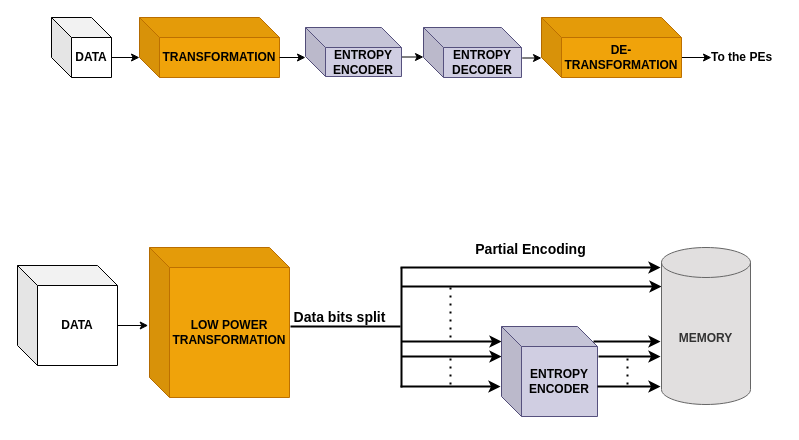
The draw.io diagram Proposed approach.drawio in Nithyarajoman/Drawio-figures, before the edit. Source tidied: cells renumbered, new cells numbered last; positions are measured from the earlier drawing's top-left corner, leaving out a move shared by most shapes. Both pictures are drawn from the tidied source at 100%, with x=0, y=0 at pixel (17, 17).
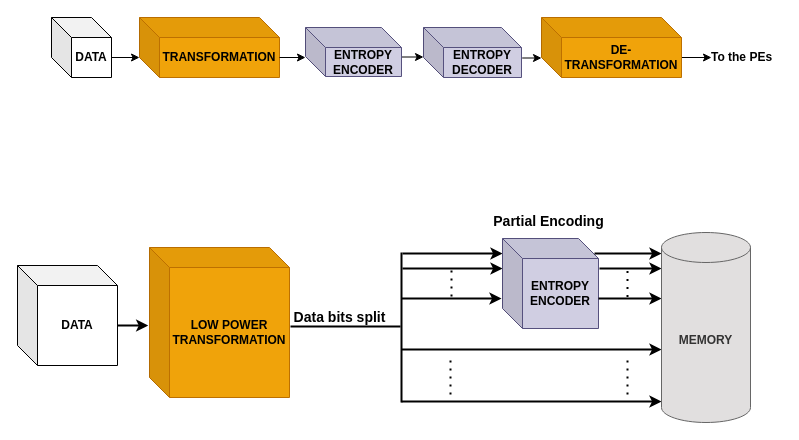
The same page after the edit.

The change refers to these unchanged cells:
```xml
<mxCell id="14" value="&lt;b&gt;&lt;font&gt;DATA&lt;/font&gt;&lt;/b&gt;" style="shape=cube;whiteSpace=wrap;html=1;boundedLbl=1;backgroundOutline=1;darkOpacity=0.05;darkOpacity2=0.1;" parent="1" vertex="1">
  <mxGeometry y="248" width="100" height="100" as="geometry" />
</mxCell>
<mxCell id="15" value="&lt;b&gt;&lt;font&gt;LOW POWER TRANSFORMATION&lt;/font&gt;&lt;/b&gt;" style="shape=cube;whiteSpace=wrap;html=1;boundedLbl=1;backgroundOutline=1;darkOpacity=0.05;darkOpacity2=0.1;fillColor=#f0a30a;strokeColor=#BD7000;fontColor=#000000;" parent="1" vertex="1">
  <mxGeometry x="132" y="230" width="140" height="150" as="geometry" />
</mxCell>
```

What changed in the source:
```diff
@@
     <mxCell id="17" style="endArrow=none;html=1;rounded=0;strokeWidth=2;" parent="1" edge="1">
       <mxGeometry relative="1" as="geometry">
-        <mxPoint x="384" y="370" as="sourcePoint" />
-        <mxPoint x="384" y="250" as="targetPoint" />
+        <mxPoint x="384" y="385" as="sourcePoint" />
+        <mxPoint x="384" y="235" as="targetPoint" />
       </mxGeometry>
     </mxCell>
@@
     <mxCell id="19" style="edgeStyle=orthogonalEdgeStyle;rounded=0;orthogonalLoop=1;jettySize=auto;html=1;exitX=0;exitY=0;exitDx=140;exitDy=40;exitPerimeter=0;strokeWidth=2;" parent="1" edge="1">
       <mxGeometry relative="1" as="geometry">
-        <mxPoint x="383" y="250" as="sourcePoint" />
-        <mxPoint x="643" y="250" as="targetPoint" />
+        <mxPoint x="384" y="332" as="sourcePoint" />
+        <mxPoint x="644" y="332" as="targetPoint" />
       </mxGeometry>
     </mxCell>
     <mxCell id="20" style="edgeStyle=orthogonalEdgeStyle;rounded=0;orthogonalLoop=1;jettySize=auto;html=1;exitX=0;exitY=0;exitDx=140;exitDy=40;exitPerimeter=0;strokeWidth=2;" parent="1" edge="1">
       <mxGeometry relative="1" as="geometry">
-        <mxPoint x="384" y="324" as="sourcePoint" />
-        <mxPoint x="484" y="324" as="targetPoint" />
+        <mxPoint x="385" y="236" as="sourcePoint" />
+        <mxPoint x="485" y="236" as="targetPoint" />
       </mxGeometry>
     </mxCell>
     <mxCell id="21" style="edgeStyle=orthogonalEdgeStyle;rounded=0;orthogonalLoop=1;jettySize=auto;html=1;exitX=0;exitY=0;exitDx=140;exitDy=40;exitPerimeter=0;strokeWidth=2;" parent="1" edge="1">
       <mxGeometry relative="1" as="geometry">
-        <mxPoint x="384" y="339" as="sourcePoint" />
-        <mxPoint x="484" y="339" as="targetPoint" />
+        <mxPoint x="385" y="251" as="sourcePoint" />
+        <mxPoint x="485" y="251" as="targetPoint" />
       </mxGeometry>
     </mxCell>
     <mxCell id="22" style="edgeStyle=orthogonalEdgeStyle;rounded=0;orthogonalLoop=1;jettySize=auto;html=1;exitX=0;exitY=0;exitDx=140;exitDy=40;exitPerimeter=0;strokeWidth=2;" parent="1" edge="1">
       <mxGeometry relative="1" as="geometry">
-        <mxPoint x="383" y="369" as="sourcePoint" />
-        <mxPoint x="483" y="369" as="targetPoint" />
+        <mxPoint x="384" y="281" as="sourcePoint" />
+        <mxPoint x="484" y="281" as="targetPoint" />
       </mxGeometry>
     </mxCell>
     <mxCell id="23" value="&lt;b&gt;&lt;font&gt;ENTROPY ENCODER&lt;/font&gt;&lt;/b&gt;" style="shape=cube;whiteSpace=wrap;html=1;boundedLbl=1;backgroundOutline=1;darkOpacity=0.05;darkOpacity2=0.1;fillColor=#d0cee2;strokeColor=#56517e;" parent="1" vertex="1">
-      <mxGeometry x="484" y="309" width="96" height="90" as="geometry" />
+      <mxGeometry x="485" y="221" width="96" height="90" as="geometry" />
     </mxCell>
     <mxCell id="24" style="endArrow=none;dashed=1;html=1;dashPattern=1 3;strokeWidth=2;rounded=0;" parent="1" edge="1">
       <mxGeometry relative="1" as="geometry">
-        <mxPoint x="433" y="320" as="sourcePoint" />
-        <mxPoint x="433" y="270" as="targetPoint" />
+        <mxPoint x="433" y="377" as="sourcePoint" />
+        <mxPoint x="433" y="339" as="targetPoint" />
       </mxGeometry>
     </mxCell>
     <mxCell id="25" style="endArrow=none;dashed=1;html=1;dashPattern=1 3;strokeWidth=2;rounded=0;" parent="1" edge="1">
       <mxGeometry relative="1" as="geometry">
-        <mxPoint x="433" y="367" as="sourcePoint" />
-        <mxPoint x="433" y="340" as="targetPoint" />
+        <mxPoint x="434" y="279" as="sourcePoint" />
+        <mxPoint x="434" y="252" as="targetPoint" />
       </mxGeometry>
     </mxCell>
     <mxCell id="26" style="edgeStyle=orthogonalEdgeStyle;rounded=0;orthogonalLoop=1;jettySize=auto;html=1;exitX=0;exitY=0;exitDx=140;exitDy=40;exitPerimeter=0;strokeWidth=2;" parent="1" edge="1">
       <mxGeometry relative="1" as="geometry">
-        <mxPoint x="384" y="269" as="sourcePoint" />
-        <mxPoint x="644" y="269" as="targetPoint" />
+        <mxPoint x="384" y="384" as="sourcePoint" />
+        <mxPoint x="644" y="384" as="targetPoint" />
       </mxGeometry>
     </mxCell>
     <mxCell id="27" style="edgeStyle=orthogonalEdgeStyle;rounded=0;orthogonalLoop=1;jettySize=auto;html=1;exitX=0.927;exitY=0.167;exitDx=0;exitDy=0;exitPerimeter=0;strokeWidth=2;" parent="1" edge="1">
       <mxGeometry relative="1" as="geometry">
-        <mxPoint x="576" y="324" as="sourcePoint" />
-        <mxPoint x="643" y="324" as="targetPoint" />
+        <mxPoint x="577" y="236" as="sourcePoint" />
+        <mxPoint x="644" y="236" as="targetPoint" />
       </mxGeometry>
     </mxCell>
     <mxCell id="28" style="edgeStyle=orthogonalEdgeStyle;rounded=0;orthogonalLoop=1;jettySize=auto;html=1;exitX=0;exitY=0;exitDx=140;exitDy=40;exitPerimeter=0;strokeWidth=2;" parent="1" edge="1">
       <mxGeometry relative="1" as="geometry">
-        <mxPoint x="581" y="339" as="sourcePoint" />
-        <mxPoint x="643" y="339" as="targetPoint" />
+        <mxPoint x="582" y="251" as="sourcePoint" />
+        <mxPoint x="644" y="251" as="targetPoint" />
       </mxGeometry>
     </mxCell>
     <mxCell id="29" style="edgeStyle=orthogonalEdgeStyle;rounded=0;orthogonalLoop=1;jettySize=auto;html=1;exitX=0;exitY=0;exitDx=140;exitDy=40;exitPerimeter=0;strokeWidth=2;" parent="1" edge="1">
       <mxGeometry relative="1" as="geometry">
-        <mxPoint x="580" y="369" as="sourcePoint" />
-        <mxPoint x="643" y="369" as="targetPoint" />
+        <mxPoint x="581" y="281" as="sourcePoint" />
+        <mxPoint x="644" y="281" as="targetPoint" />
       </mxGeometry>
     </mxCell>
     <mxCell id="30" style="endArrow=none;dashed=1;html=1;dashPattern=1 3;strokeWidth=2;rounded=0;" parent="1" edge="1">
       <mxGeometry relative="1" as="geometry">
-        <mxPoint x="610" y="367" as="sourcePoint" />
-        <mxPoint x="610" y="340" as="targetPoint" />
+        <mxPoint x="610" y="279.5" as="sourcePoint" />
+        <mxPoint x="610" y="252.5" as="targetPoint" />
       </mxGeometry>
     </mxCell>
     <mxCell id="31" value="&lt;b&gt;&lt;font style=&quot;font-size: 14px;&quot;&gt;Partial Encoding&lt;/font&gt;&lt;/b&gt;" style="text;html=1;align=center;verticalAlign=middle;strokeColor=none;fillColor=none;" parent="1" vertex="1">
-      <mxGeometry x="448" y="217" width="130" height="30" as="geometry" />
+      <mxGeometry x="466" y="189" width="130" height="30" as="geometry" />
     </mxCell>
     <mxCell id="32" value="&lt;b&gt;MEMORY&lt;/b&gt;" style="shape=cylinder3;whiteSpace=wrap;html=1;boundedLbl=1;backgroundOutline=1;size=15;fillColor=light-dark(#e1dfdf, #1a1a1a);strokeColor=#666666;fontColor=#333333;" parent="1" vertex="1">
-      <mxGeometry x="644" y="230" width="89" height="157" as="geometry" />
+      <mxGeometry x="644" y="215" width="89" height="190" as="geometry" />
     </mxCell>
-    <mxCell id="33" style="edgeStyle=orthogonalEdgeStyle;rounded=0;jettySize=auto;html=1;exitX=0;exitY=0;exitDx=100;exitDy=60;exitPerimeter=0;entryX=-0.009;entryY=0.521;entryDx=0;entryDy=0;entryPerimeter=0;" parent="1" edge="1" source="14" target="15">
+    <mxCell id="33" style="edgeStyle=orthogonalEdgeStyle;rounded=0;jettySize=auto;html=1;exitX=0;exitY=0;exitDx=100;exitDy=60;exitPerimeter=0;entryX=-0.009;entryY=0.521;entryDx=0;entryDy=0;entryPerimeter=0;strokeWidth=2;" parent="1" edge="1" source="14" target="15">
       <mxGeometry relative="1" as="geometry" />
     </mxCell>
+    <mxCell id="34" style="endArrow=none;dashed=1;html=1;dashPattern=1 3;strokeWidth=2;rounded=0;" parent="1" edge="1">
+      <mxGeometry relative="1" as="geometry">
+        <mxPoint x="610" y="377" as="sourcePoint" />
+        <mxPoint x="610" y="339" as="targetPoint" />
+      </mxGeometry>
+    </mxCell>
```
